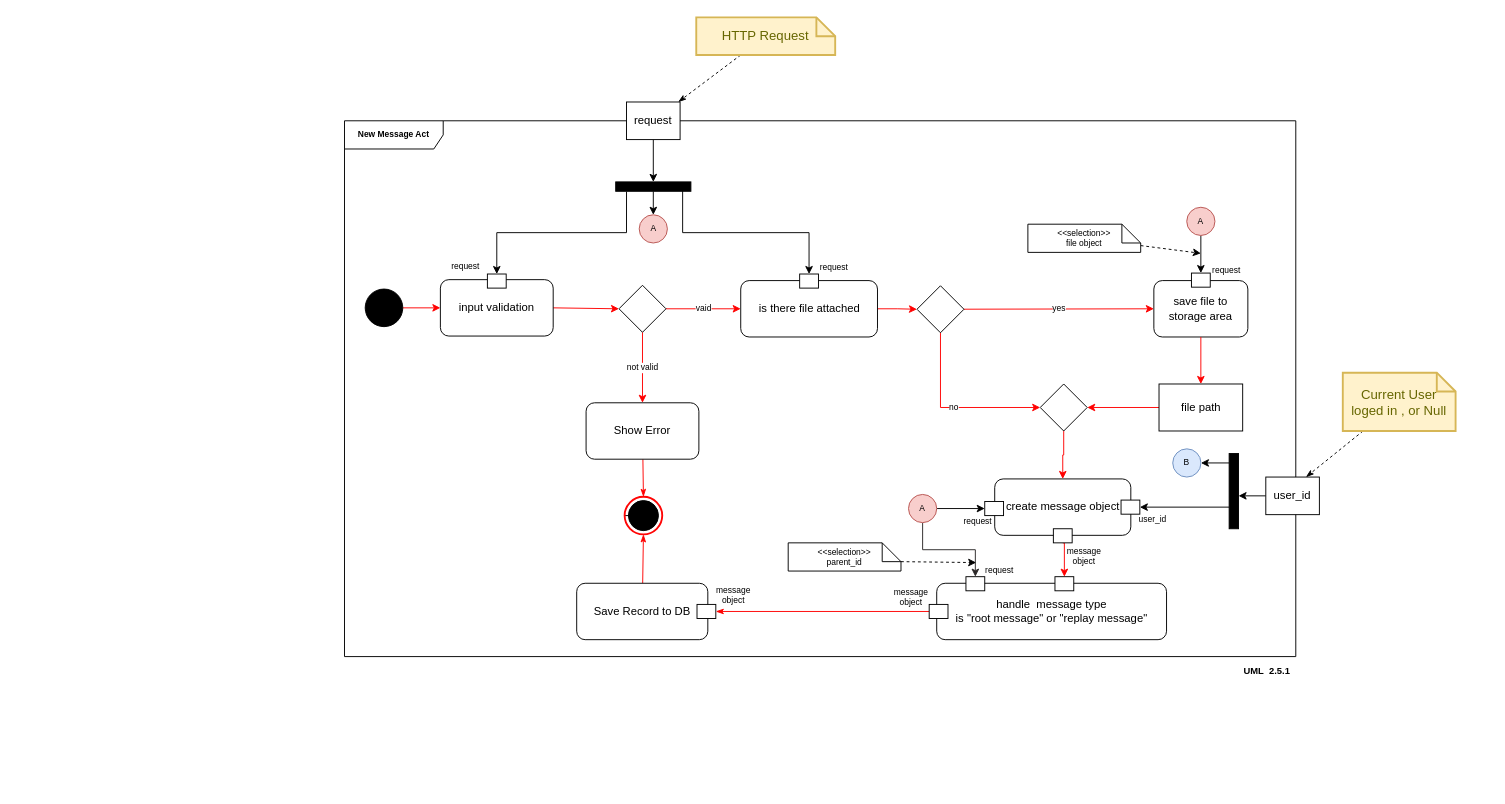
This is page "new message act" (3 of 5) of requirements/diagrams/digrams.drawio from khaledfathi/laravel_task, a draw.io file, before an edit. Source tidied: cells renumbered, new cells numbered last; positions are measured from the earlier drawing's top-left corner, leaving out a move shared by most shapes. Both pictures are drawn from the tidied source at 94%, with x=0, y=0 at pixel (344, 17).
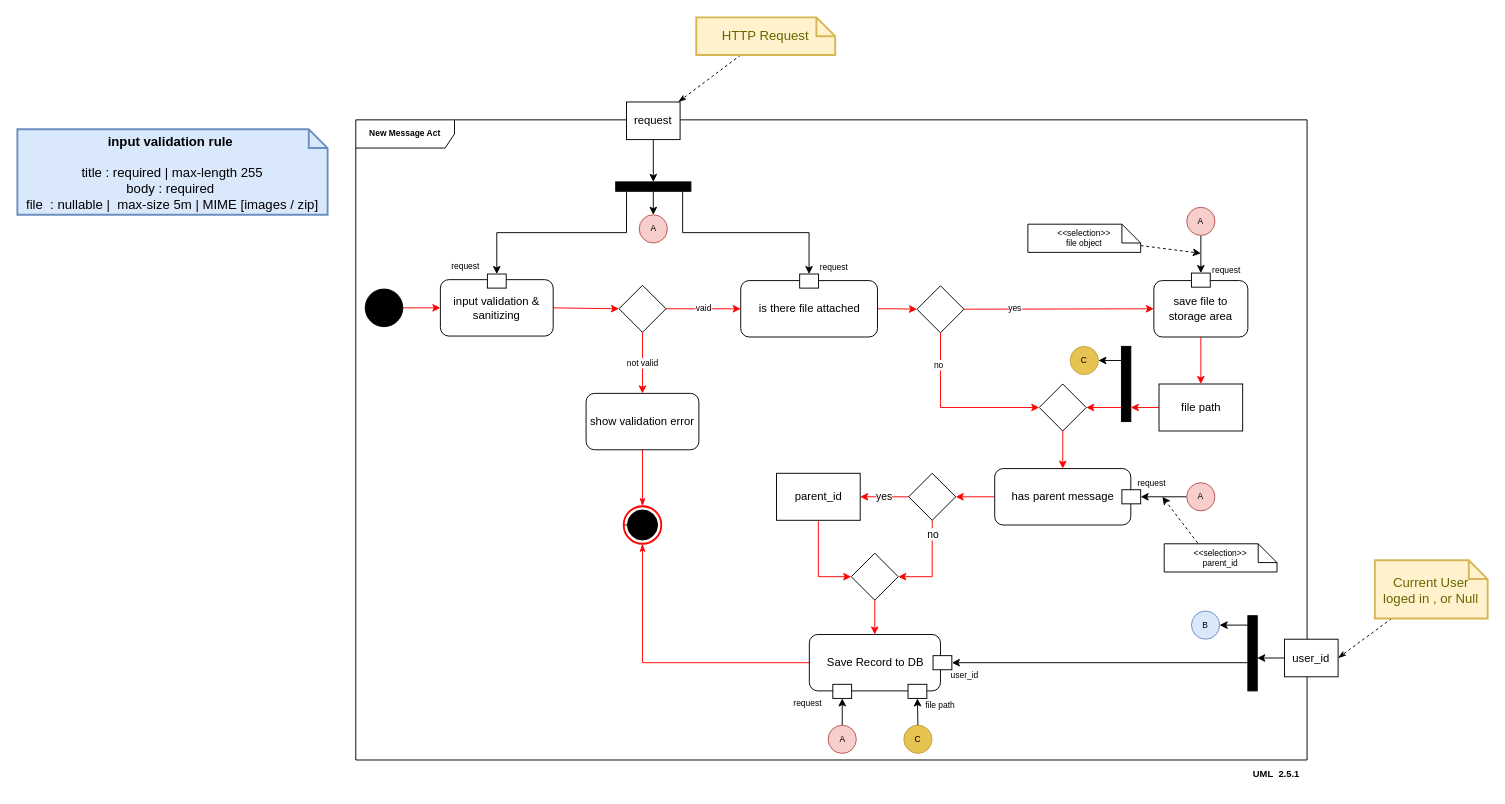
The same page after the edit.

The change refers to these unchanged cells:
```xml
<mxCell id="20" style="rhombus;whiteSpace=wrap;html=1;strokeColor=#000000;strokeWidth=1;fillColor=none;" parent="1" vertex="1">
  <mxGeometry x="609" y="285.5" width="50" height="50" as="geometry" />
</mxCell>
<mxCell id="21" value="save file to storage area" style="rounded=1;whiteSpace=wrap;html=1;" parent="1" vertex="1">
  <mxGeometry x="861" y="280" width="100" height="60" as="geometry" />
</mxCell>
<mxCell id="66" style="ellipse;whiteSpace=wrap;html=1;fillColor=none;strokeColor=#FF0505;strokeWidth=2;" parent="64" vertex="1">
  <mxGeometry width="40" height="40" as="geometry" />
</mxCell>
<mxCell id="74" value="file path" style="rounded=0;whiteSpace=wrap;html=1;" parent="1" vertex="1">
  <mxGeometry x="866.5" y="390" width="89" height="50" as="geometry" />
</mxCell>
```

What changed in the source:
```diff
@@
     <mxCell id="2" value="New Message Act" style="shape=umlFrame;whiteSpace=wrap;html=1;fontSize=9;width=105;height=30;fontStyle=1;strokeColor=#000000;" parent="1" vertex="1">
-      <mxGeometry y="110" width="1012" height="570" as="geometry" />
+      <mxGeometry x="12" y="109" width="1012" height="681" as="geometry" />
     </mxCell>
@@
-    <mxCell id="4" value="input validation" style="rounded=1;whiteSpace=wrap;html=1;" parent="1" vertex="1">
+    <mxCell id="4" value="input validation &amp;amp; sanitizing" style="rounded=1;whiteSpace=wrap;html=1;" parent="1" vertex="1">
       <mxGeometry x="102" y="279" width="120" height="60" as="geometry" />
     </mxCell>
@@
-    <mxCell id="15" value="Show Error" style="rounded=1;whiteSpace=wrap;html=1;" parent="1" vertex="1">
-      <mxGeometry x="257" y="410" width="120" height="60" as="geometry" />
+    <mxCell id="15" value="show validation error" style="rounded=1;whiteSpace=wrap;html=1;" parent="1" vertex="1">
+      <mxGeometry x="257" y="400" width="120" height="60" as="geometry" />
     </mxCell>
@@
     <mxCell id="18" value="no" style="edgeStyle=orthogonalEdgeStyle;rounded=0;jettySize=auto;html=1;fontSize=9;startArrow=none;startFill=0;endArrow=classic;endFill=1;exitX=0.5;exitY=1;exitDx=0;exitDy=0;entryX=0;entryY=0.5;entryDx=0;entryDy=0;strokeColor=#FF0000;" parent="1" edge="1" source="20" target="76">
-      <mxGeometry relative="1" as="geometry" />
+      <mxGeometry x="-0.63" y="-2" relative="1" as="geometry" />
     </mxCell>
     <mxCell id="19" value="yes" style="edgeStyle=none;rounded=0;jettySize=auto;html=1;fontSize=9;startArrow=none;startFill=0;endArrow=classic;endFill=1;entryX=0;entryY=0.5;entryDx=0;entryDy=0;strokeColor=#FF0000;" parent="1" edge="1" source="20" target="21">
-      <mxGeometry relative="1" as="geometry" />
+      <mxGeometry x="-0.47" relative="1" as="geometry" />
     </mxCell>
@@
-    <mxCell id="30" value="create message object" style="rounded=1;whiteSpace=wrap;html=1;" parent="1" vertex="1">
-      <mxGeometry x="691.7" y="491" width="144.8" height="60" as="geometry" />
-    </mxCell>
-    <mxCell id="31" style="edgeStyle=orthogonalEdgeStyle;rounded=0;jettySize=auto;html=1;entryX=0.5;entryY=0;entryDx=0;entryDy=0;fontSize=9;startArrow=none;startFill=0;endArrow=classic;endFill=1;exitX=0.5;exitY=1;exitDx=0;exitDy=0;strokeColor=#FF0000;" parent="1" edge="1" source="32" target="54">
-      <mxGeometry relative="1" as="geometry" />
-    </mxCell>
-    <mxCell id="32" style="rounded=0;whiteSpace=wrap;html=1;" parent="1" vertex="1">
-      <mxGeometry x="754.1" y="544" width="20" height="15" as="geometry" />
-    </mxCell>
-    <mxCell id="33" style="rounded=0;whiteSpace=wrap;html=1;" parent="1" vertex="1">
-      <mxGeometry x="826.1" y="513.5" width="20" height="15" as="geometry" />
-    </mxCell>
     <mxCell id="34" value="user_id" style="text;html=1;strokeColor=none;fillColor=none;align=center;verticalAlign=middle;whiteSpace=wrap;rounded=0;fontSize=9;" parent="1" vertex="1">
-      <mxGeometry x="830.1" y="523" width="60" height="22" as="geometry" />
+      <mxGeometry x="630.1" y="688.5" width="60" height="22" as="geometry" />
     </mxCell>
@@
     <mxCell id="37" style="html=1;points=[];perimeter=orthogonalPerimeter;fontSize=9;fillColor=#000000;rotation=-180;" parent="1" vertex="1">
-      <mxGeometry x="941.1" y="464" width="10" height="80" as="geometry" />
+      <mxGeometry x="961" y="636.5" width="10" height="80" as="geometry" />
     </mxCell>
     <mxCell id="38" value="B" style="ellipse;whiteSpace=wrap;html=1;fontSize=9;fillColor=#dae8fc;strokeColor=#6c8ebf;" parent="1" vertex="1">
-      <mxGeometry x="881.1" y="459" width="30" height="30" as="geometry" />
+      <mxGeometry x="901" y="631.5" width="30" height="30" as="geometry" />
     </mxCell>
@@
-    <mxCell id="43" style="edgeStyle=none;rounded=0;jettySize=auto;html=1;entryX=0;entryY=0.5;entryDx=0;entryDy=0;fontSize=9;startArrow=none;startFill=0;endArrow=classic;endFill=1;" parent="1" edge="1" source="45" target="46">
+    <mxCell id="43" style="edgeStyle=none;rounded=0;jettySize=auto;html=1;entryX=0.5;entryY=1;entryDx=0;entryDy=0;fontSize=9;startArrow=none;startFill=0;endArrow=classic;endFill=1;" parent="1" edge="1" source="45" target="46">
       <mxGeometry relative="1" as="geometry" />
     </mxCell>
-    <mxCell id="44" style="edgeStyle=orthogonalEdgeStyle;rounded=0;jettySize=auto;html=1;strokeColor=#2B2828;exitX=0.5;exitY=1;exitDx=0;exitDy=0;" parent="1" edge="1" source="45" target="77">
-      <mxGeometry relative="1" as="geometry" />
-    </mxCell>
     <mxCell id="45" value="A" style="ellipse;whiteSpace=wrap;html=1;fontSize=9;fillColor=#f8cecc;strokeColor=#b85450;" parent="1" vertex="1">
-      <mxGeometry x="600" y="507.5" width="30" height="30" as="geometry" />
+      <mxGeometry x="514.5" y="753" width="30" height="30" as="geometry" />
     </mxCell>
-    <mxCell id="46" style="rounded=0;whiteSpace=wrap;html=1;" parent="1" vertex="1">
-      <mxGeometry x="681.1" y="515" width="20" height="15" as="geometry" />
-    </mxCell>
     <mxCell id="47" value="request" style="text;html=1;strokeColor=none;fillColor=none;align=center;verticalAlign=middle;whiteSpace=wrap;rounded=0;fontSize=9;" parent="1" vertex="1">
-      <mxGeometry x="644.1" y="531" width="60" height="10" as="geometry" />
+      <mxGeometry x="463" y="725" width="60" height="10" as="geometry" />
     </mxCell>
@@
-    <mxCell id="50" style="edgeStyle=none;rounded=0;jettySize=auto;html=1;entryX=0.5;entryY=1;entryDx=0;entryDy=0;endArrow=classicThin;endFill=1;strokeColor=#FF0000;" parent="1" edge="1" source="51" target="66">
+    <mxCell id="50" style="edgeStyle=orthogonalEdgeStyle;rounded=0;jettySize=auto;html=1;entryX=0.5;entryY=1;entryDx=0;entryDy=0;endArrow=classicThin;endFill=1;strokeColor=#FF0000;exitX=0;exitY=0.5;exitDx=0;exitDy=0;" parent="1" edge="1" source="51" target="66">
       <mxGeometry relative="1" as="geometry" />
     </mxCell>
-    <mxCell id="51" value="Save Record to DB" style="rounded=1;whiteSpace=wrap;html=1;" parent="1" vertex="1">
-      <mxGeometry x="247" y="602" width="139.5" height="60" as="geometry" />
-    </mxCell>
-    <mxCell id="52" style="rounded=0;whiteSpace=wrap;html=1;" parent="1" vertex="1">
-      <mxGeometry x="375" y="624.5" width="20" height="15" as="geometry" />
-    </mxCell>
-    <mxCell id="53" value="handle&amp;nbsp; message type&lt;br&gt;is &quot;root message&quot; or &quot;replay message&quot;" style="rounded=1;whiteSpace=wrap;html=1;" parent="1" vertex="1">
-      <mxGeometry x="630" y="602" width="244.5" height="60" as="geometry" />
-    </mxCell>
-    <mxCell id="54" style="rounded=0;whiteSpace=wrap;html=1;" parent="1" vertex="1">
-      <mxGeometry x="755.8" y="595" width="20" height="15" as="geometry" />
-    </mxCell>
-    <mxCell id="55" value="message object" style="text;html=1;strokeColor=none;fillColor=none;align=center;verticalAlign=middle;whiteSpace=wrap;rounded=0;fontSize=9;" parent="1" vertex="1">
-      <mxGeometry x="757" y="562" width="60" height="22" as="geometry" />
-    </mxCell>
-    <mxCell id="56" value="request" style="text;html=1;strokeColor=none;fillColor=none;align=center;verticalAlign=middle;whiteSpace=wrap;rounded=0;fontSize=9;" parent="1" vertex="1">
-      <mxGeometry x="667" y="584" width="60" height="10" as="geometry" />
-    </mxCell>
-    <mxCell id="57" value="&amp;lt;&amp;lt;selection&amp;gt;&amp;gt;&lt;br&gt;parent_id" style="shape=note;size=20;whiteSpace=wrap;html=1;fontSize=9;fillColor=#FFFFFF;align=center;" parent="1" vertex="1">
-      <mxGeometry x="472" y="559" width="120" height="30" as="geometry" />
-    </mxCell>
-    <mxCell id="58" style="rounded=0;jettySize=auto;html=1;dashed=1;fontSize=9;startArrow=none;startFill=0;endArrow=classic;endFill=1;exitX=0;exitY=0;exitDx=120;exitDy=20;exitPerimeter=0;" parent="1" edge="1" source="57">
-      <mxGeometry relative="1" as="geometry">
-        <mxPoint x="672" y="580" as="targetPoint" />
-      </mxGeometry>
-    </mxCell>
-    <mxCell id="59" style="edgeStyle=none;rounded=0;jettySize=auto;html=1;entryX=1;entryY=0.5;entryDx=0;entryDy=0;endArrow=classicThin;endFill=1;strokeColor=#FF0000;" parent="1" edge="1" source="60" target="52">
-      <mxGeometry relative="1" as="geometry" />
-    </mxCell>
-    <mxCell id="60" style="rounded=0;whiteSpace=wrap;html=1;" parent="1" vertex="1">
-      <mxGeometry x="622" y="624.5" width="20" height="15" as="geometry" />
-    </mxCell>
-    <mxCell id="61" value="message object" style="text;html=1;strokeColor=none;fillColor=none;align=center;verticalAlign=middle;whiteSpace=wrap;rounded=0;fontSize=9;" parent="1" vertex="1">
-      <mxGeometry x="383.5" y="604" width="60" height="22" as="geometry" />
-    </mxCell>
@@
     <mxCell id="63" value="user_id" style="rounded=0;whiteSpace=wrap;html=1;" parent="1" vertex="1">
-      <mxGeometry x="980.1" y="489" width="57" height="40" as="geometry" />
+      <mxGeometry x="1000" y="661.5" width="57" height="40" as="geometry" />
     </mxCell>
     <mxCell id="64" style="group;" parent="1" vertex="1">
-      <mxGeometry x="298" y="510" width="40" height="40" as="geometry" />
+      <mxGeometry x="297" y="520" width="40" height="40" as="geometry" />
     </mxCell>
@@
     <mxCell id="68" value="UML&amp;nbsp; 2.5.1" style="text;html=1;strokeColor=none;fillColor=none;align=center;verticalAlign=middle;whiteSpace=wrap;rounded=0;fontSize=10;fontStyle=1;" parent="1" vertex="1">
-      <mxGeometry x="951" y="680" width="61" height="30" as="geometry" />
+      <mxGeometry x="961" y="790" width="61" height="30" as="geometry" />
     </mxCell>
@@
-    <mxCell id="71" style="edgeStyle=none;rounded=0;jettySize=auto;html=1;entryX=0.75;entryY=0;entryDx=0;entryDy=0;dashed=1;fontSize=10;endArrow=classicThin;endFill=1;" parent="1" edge="1" source="72" target="63">
+    <mxCell id="71" style="edgeStyle=none;rounded=0;jettySize=auto;html=1;entryX=1;entryY=0.5;entryDx=0;entryDy=0;dashed=1;fontSize=10;endArrow=classicThin;endFill=1;" parent="1" edge="1" source="72" target="63">
       <mxGeometry relative="1" as="geometry" />
     </mxCell>
     <mxCell id="72" value="Current User loged in , or Null" style="shape=note;strokeWidth=2;fontSize=14;size=20;whiteSpace=wrap;html=1;fillColor=#fff2cc;strokeColor=#d6b656;fontColor=#666600;" parent="1" vertex="1">
-      <mxGeometry x="1062" y="378" width="120" height="62" as="geometry" />
+      <mxGeometry x="1096.1" y="577.5" width="120" height="62" as="geometry" />
     </mxCell>
-    <mxCell id="73" style="edgeStyle=orthogonalEdgeStyle;rounded=0;jettySize=auto;html=1;entryX=1;entryY=0.5;entryDx=0;entryDy=0;fillColor=#e51400;strokeColor=#ff0000;" parent="1" edge="1" source="74" target="76">
+    <mxCell id="73" style="rounded=0;jettySize=auto;html=1;fillColor=#e51400;strokeColor=#ff0000;" parent="1" edge="1" source="74" target="95">
       <mxGeometry relative="1" as="geometry" />
     </mxCell>
@@
-    <mxCell id="75" style="edgeStyle=orthogonalEdgeStyle;rounded=0;jettySize=auto;html=1;entryX=0.5;entryY=0;entryDx=0;entryDy=0;strokeColor=#ff0000;exitX=0.5;exitY=1;exitDx=0;exitDy=0;" parent="1" edge="1" source="76" target="30">
+    <mxCell id="75" style="rounded=0;jettySize=auto;html=1;strokeColor=#ff0000;exitX=0.5;exitY=1;exitDx=0;exitDy=0;" parent="1" edge="1" source="76" target="81">
       <mxGeometry relative="1" as="geometry" />
     </mxCell>
     <mxCell id="76" style="rhombus;whiteSpace=wrap;html=1;strokeColor=#000000;strokeWidth=1;fillColor=none;" parent="1" vertex="1">
-      <mxGeometry x="740.1" y="390" width="50" height="50" as="geometry" />
+      <mxGeometry x="739.1" y="390" width="50" height="50" as="geometry" />
     </mxCell>
-    <mxCell id="77" style="rounded=0;whiteSpace=wrap;html=1;" parent="1" vertex="1">
-      <mxGeometry x="661.1" y="595" width="20" height="15" as="geometry" />
-    </mxCell>
-    <mxCell id="78" value="message object" style="text;html=1;strokeColor=none;fillColor=none;align=center;verticalAlign=middle;whiteSpace=wrap;rounded=0;fontSize=9;" parent="1" vertex="1">
-      <mxGeometry x="573" y="606" width="60" height="22" as="geometry" />
-    </mxCell>
+    <mxCell id="79" value="&lt;b&gt;input validation rule&amp;nbsp;&lt;br&gt;&lt;br&gt;&lt;/b&gt;title : required | max-length 255&lt;br&gt;body : required&amp;nbsp;&lt;br&gt;file&amp;nbsp; : nullable |&amp;nbsp; max-size 5m | MIME [images / zip]" style="shape=note;strokeWidth=2;fontSize=14;size=20;whiteSpace=wrap;html=1;fillColor=#dae8fc;strokeColor=#6c8ebf;" parent="1" vertex="1">
+      <mxGeometry x="-348" y="119" width="330" height="91" as="geometry" />
+    </mxCell>
+    <mxCell id="80" style="edgeStyle=orthogonalEdgeStyle;rounded=0;jettySize=auto;html=1;entryX=1;entryY=0.5;entryDx=0;entryDy=0;strokeColor=#FF0000;" parent="1" edge="1" source="81" target="84">
+      <mxGeometry relative="1" as="geometry" />
+    </mxCell>
+    <mxCell id="81" value="has parent message" style="rounded=1;whiteSpace=wrap;html=1;" parent="1" vertex="1">
+      <mxGeometry x="691.7" y="480" width="144.8" height="60" as="geometry" />
+    </mxCell>
+    <mxCell id="82" value="yes" style="edgeStyle=orthogonalEdgeStyle;rounded=0;jettySize=auto;html=1;strokeColor=#FF0000;" parent="1" edge="1" source="84" target="86">
+      <mxGeometry relative="1" as="geometry" />
+    </mxCell>
+    <mxCell id="83" value="no" style="edgeStyle=orthogonalEdgeStyle;rounded=0;jettySize=auto;html=1;entryX=1;entryY=0.5;entryDx=0;entryDy=0;strokeColor=#FF0000;exitX=0.5;exitY=1;exitDx=0;exitDy=0;" parent="1" edge="1" source="84" target="88">
+      <mxGeometry x="-0.69" y="1" relative="1" as="geometry" />
+    </mxCell>
+    <mxCell id="84" style="rhombus;whiteSpace=wrap;html=1;strokeColor=#000000;strokeWidth=1;fillColor=none;" parent="1" vertex="1">
+      <mxGeometry x="600.2" y="485" width="50" height="50" as="geometry" />
+    </mxCell>
+    <mxCell id="85" style="edgeStyle=orthogonalEdgeStyle;rounded=0;jettySize=auto;html=1;strokeColor=#FF0000;entryX=0;entryY=0.5;entryDx=0;entryDy=0;" parent="1" edge="1" source="86" target="88">
+      <mxGeometry relative="1" as="geometry" />
+    </mxCell>
+    <mxCell id="86" value="parent_id" style="rounded=0;whiteSpace=wrap;html=1;" parent="1" vertex="1">
+      <mxGeometry x="459.6" y="485" width="89" height="50" as="geometry" />
+    </mxCell>
+    <mxCell id="87" style="edgeStyle=orthogonalEdgeStyle;rounded=0;jettySize=auto;html=1;strokeColor=#FF0000;exitX=0.5;exitY=1;exitDx=0;exitDy=0;" parent="1" edge="1" source="88">
+      <mxGeometry relative="1" as="geometry">
+        <mxPoint x="564.1" y="656.5" as="targetPoint" />
+      </mxGeometry>
+    </mxCell>
+    <mxCell id="88" style="rhombus;whiteSpace=wrap;html=1;strokeColor=#000000;strokeWidth=1;fillColor=none;" parent="1" vertex="1">
+      <mxGeometry x="539.1" y="570" width="50" height="50" as="geometry" />
+    </mxCell>
+    <mxCell id="57" value="&amp;lt;&amp;lt;selection&amp;gt;&amp;gt;&lt;br&gt;parent_id" style="shape=note;size=20;whiteSpace=wrap;html=1;fontSize=9;fillColor=#FFFFFF;align=center;" parent="1" vertex="1">
+      <mxGeometry x="872" y="560" width="120" height="30" as="geometry" />
+    </mxCell>
+    <mxCell id="89" style="rounded=0;jettySize=auto;html=1;dashed=1;fontSize=9;startArrow=none;startFill=0;endArrow=classic;endFill=1;exitX=0.296;exitY=-0.033;exitDx=0;exitDy=0;exitPerimeter=0;" parent="1" edge="1" source="57">
+      <mxGeometry relative="1" as="geometry">
+        <mxPoint x="870" y="510" as="targetPoint" />
+      </mxGeometry>
+    </mxCell>
+    <mxCell id="90" style="edgeStyle=orthogonalEdgeStyle;rounded=0;jettySize=auto;html=1;strokeColor=#000000;" parent="1" edge="1" source="91" target="92">
+      <mxGeometry relative="1" as="geometry" />
+    </mxCell>
+    <mxCell id="91" value="A" style="ellipse;whiteSpace=wrap;html=1;fontSize=9;fillColor=#f8cecc;strokeColor=#b85450;" parent="1" vertex="1">
+      <mxGeometry x="896" y="495" width="30" height="30" as="geometry" />
+    </mxCell>
+    <mxCell id="92" style="rounded=0;whiteSpace=wrap;html=1;" parent="1" vertex="1">
+      <mxGeometry x="827" y="502.5" width="20" height="15" as="geometry" />
+    </mxCell>
+    <mxCell id="51" value="Save Record to DB" style="rounded=1;whiteSpace=wrap;html=1;" parent="1" vertex="1">
+      <mxGeometry x="494.5" y="656.5" width="139.5" height="60" as="geometry" />
+    </mxCell>
+    <mxCell id="56" value="request" style="text;html=1;strokeColor=none;fillColor=none;align=center;verticalAlign=middle;whiteSpace=wrap;rounded=0;fontSize=9;" parent="1" vertex="1">
+      <mxGeometry x="829" y="491" width="60" height="10" as="geometry" />
+    </mxCell>
+    <mxCell id="33" style="rounded=0;whiteSpace=wrap;html=1;" parent="1" vertex="1">
+      <mxGeometry x="626.1" y="679" width="20" height="15" as="geometry" />
+    </mxCell>
+    <mxCell id="46" style="rounded=0;whiteSpace=wrap;html=1;" parent="1" vertex="1">
+      <mxGeometry x="519.5" y="709.5" width="20" height="15" as="geometry" />
+    </mxCell>
+    <mxCell id="93" style="rounded=0;jettySize=auto;html=1;entryX=1;entryY=0.5;entryDx=0;entryDy=0;strokeColor=#FF0000;" parent="1" edge="1" source="95" target="76">
+      <mxGeometry relative="1" as="geometry" />
+    </mxCell>
+    <mxCell id="94" style="edgeStyle=none;rounded=0;jettySize=auto;html=1;entryX=1;entryY=0.5;entryDx=0;entryDy=0;strokeColor=#000000;" parent="1" edge="1" source="95" target="96">
+      <mxGeometry relative="1" as="geometry" />
+    </mxCell>
+    <mxCell id="95" style="html=1;points=[];perimeter=orthogonalPerimeter;fontSize=9;fillColor=#000000;rotation=-180;" parent="1" vertex="1">
+      <mxGeometry x="826.5" y="350" width="10" height="80" as="geometry" />
+    </mxCell>
+    <mxCell id="96" value="C" style="ellipse;whiteSpace=wrap;html=1;fontSize=9;fillColor=#E7C451;strokeColor=#BFA243;" parent="1" vertex="1">
+      <mxGeometry x="772" y="350" width="30" height="30" as="geometry" />
+    </mxCell>
+    <mxCell id="97" value="C" style="ellipse;whiteSpace=wrap;html=1;fontSize=9;fillColor=#E7C451;strokeColor=#BFA243;" parent="1" vertex="1">
+      <mxGeometry x="595" y="753" width="30" height="30" as="geometry" />
+    </mxCell>
+    <mxCell id="98" style="edgeStyle=none;rounded=0;jettySize=auto;html=1;entryX=0.5;entryY=1;entryDx=0;entryDy=0;fontSize=9;startArrow=none;startFill=0;endArrow=classic;endFill=1;exitX=0.5;exitY=0;exitDx=0;exitDy=0;" parent="1" edge="1" source="97" target="99">
+      <mxGeometry relative="1" as="geometry" />
+    </mxCell>
+    <mxCell id="99" style="rounded=0;whiteSpace=wrap;html=1;" parent="1" vertex="1">
+      <mxGeometry x="599.5" y="709.5" width="20" height="15" as="geometry" />
+    </mxCell>
+    <mxCell id="100" value="file path" style="text;html=1;strokeColor=none;fillColor=none;align=center;verticalAlign=middle;whiteSpace=wrap;rounded=0;fontSize=9;" parent="1" vertex="1">
+      <mxGeometry x="604" y="727" width="60" height="10" as="geometry" />
+    </mxCell>
```
